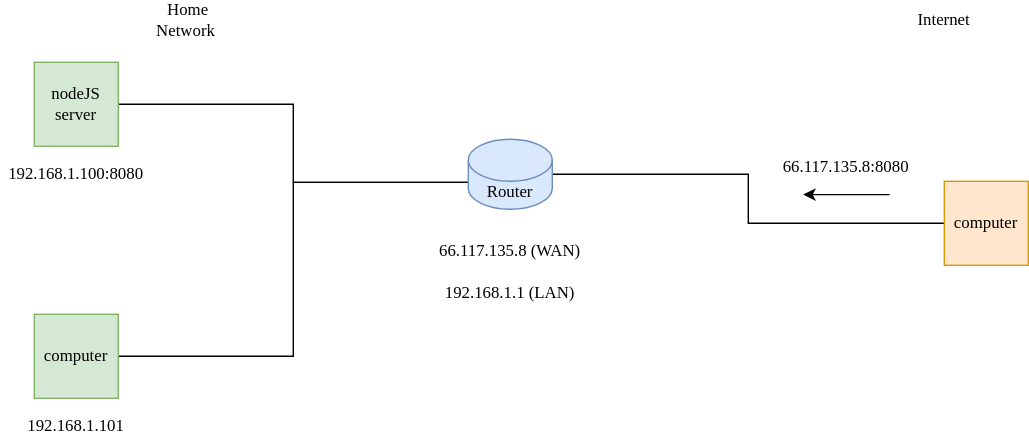
jamesphongduong/my_blog keeps this draw.io diagram as images/ip_addresses.svg. Above is the earlier version. Source tidied: cells renumbered, new cells last; positions are measured from the earlier drawing's top-left corner, leaving out a move shared by most shapes.
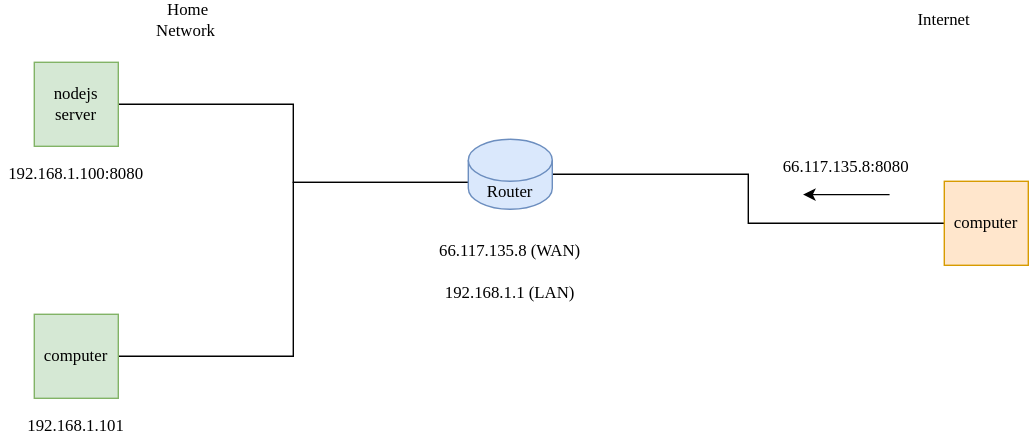
The same diagram one commit later.

Change to the diagram source:
```diff
@@ -14,7 +14,7 @@
     <mxCell id="5" value="Router" style="shape=cylinder3;whiteSpace=wrap;html=1;boundedLbl=1;backgroundOutline=1;size=15;fontFamily=Comic Sans MS;fillColor=#dae8fc;strokeColor=#6c8ebf;" parent="1" vertex="1">
       <mxGeometry x="310" y="95" width="60" height="50" as="geometry" />
     </mxCell>
-    <mxCell id="6" value="nodeJS server" style="whiteSpace=wrap;html=1;fontFamily=Comic Sans MS;fillColor=#d5e8d4;strokeColor=#82b366;" parent="1" vertex="1">
+    <mxCell id="6" value="nodejs server" style="whiteSpace=wrap;html=1;fontFamily=Comic Sans MS;fillColor=#d5e8d4;strokeColor=#82b366;" parent="1" vertex="1">
       <mxGeometry y="40" width="60" height="60" as="geometry" />
     </mxCell>
     <mxCell id="7" value="66.117.135.8 (WAN)" style="text;html=1;strokeColor=none;fillColor=none;align=center;verticalAlign=middle;whiteSpace=wrap;rounded=0;fontFamily=Comic Sans MS;" parent="1" vertex="1">
```
